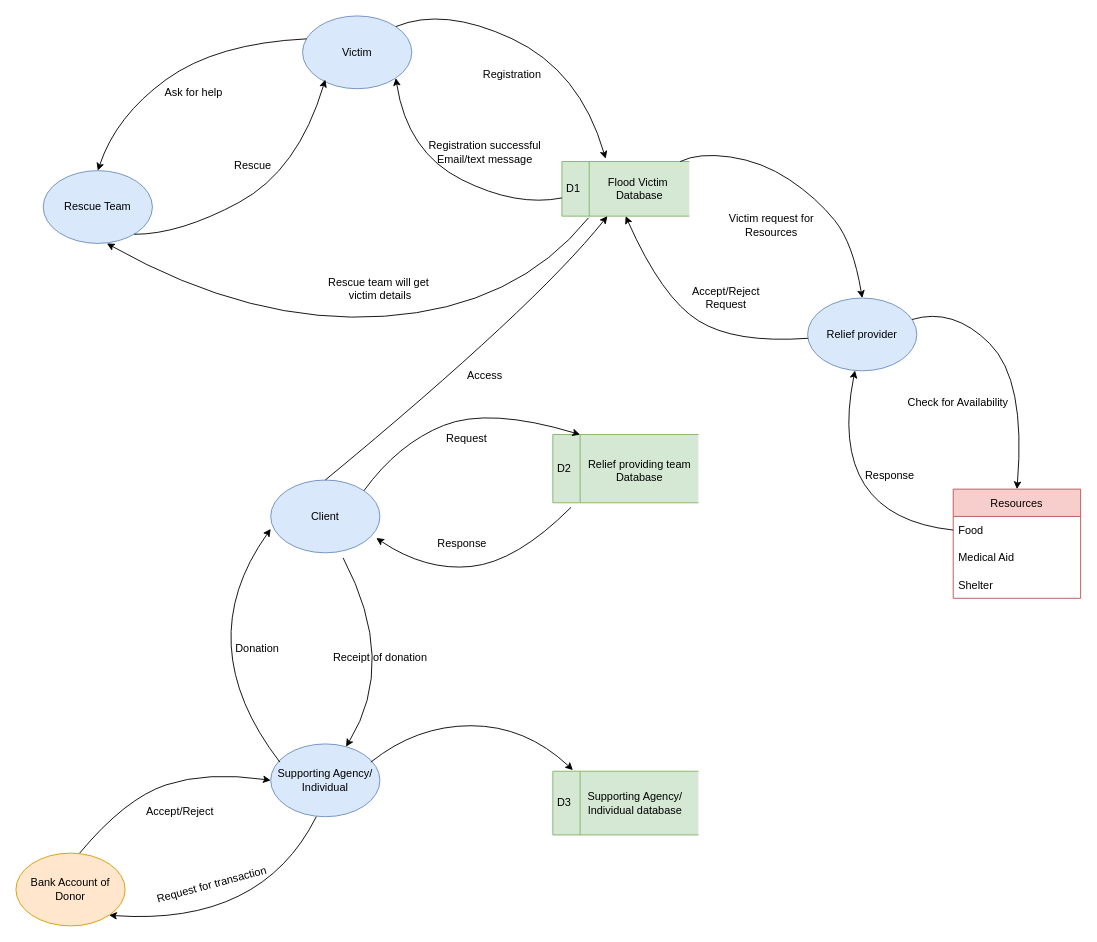
The draw.io diagram Untitled Diagram.drawio in ShubhamJejurkar98/Repository1, before the edit. Source tidied: cells renumbered, new cells numbered last; positions are measured from the earlier drawing's top-left corner, leaving out a move shared by most shapes. Both pictures are drawn from the tidied source at 91%, with x=0, y=0 at pixel (15, 6).
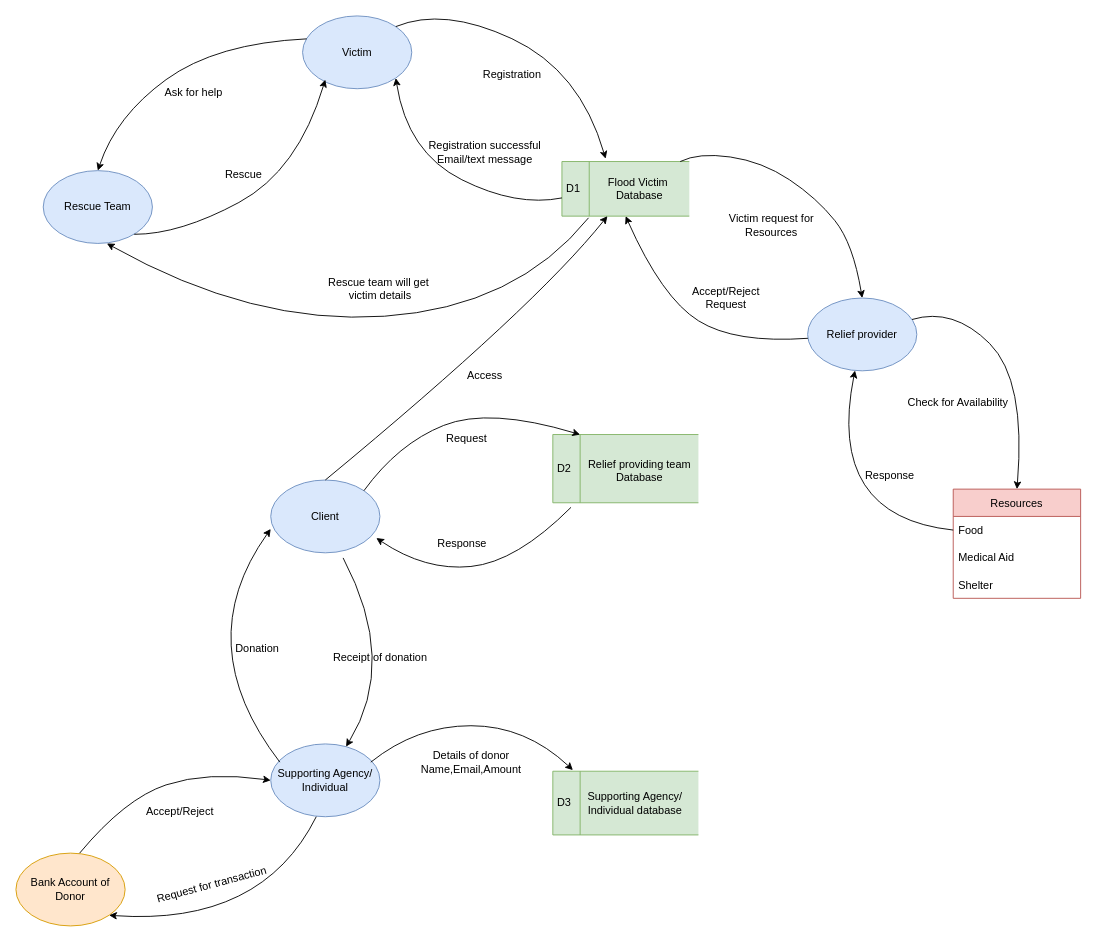
The same diagram, later.

What changed in the source:
```diff
@@
     <mxCell id="8" value="Rescue" style="text;html=1;align=center;verticalAlign=middle;fillColor=none;strokeColor=none;rounded=0;" parent="1" vertex="1">
-      <mxGeometry x="230" y="160" width="60" height="30" as="geometry" />
+      <mxGeometry x="220" y="170" width="60" height="30" as="geometry" />
     </mxCell>
@@
+    <mxCell id="51" value="Details of donor&lt;br&gt;Name,Email,Amount" style="text;html=1;align=center;verticalAlign=middle;fillColor=none;strokeColor=none;rounded=0;" parent="1" vertex="1">
+      <mxGeometry x="435" y="810" width="130" height="40" as="geometry" />
+    </mxCell>
```
